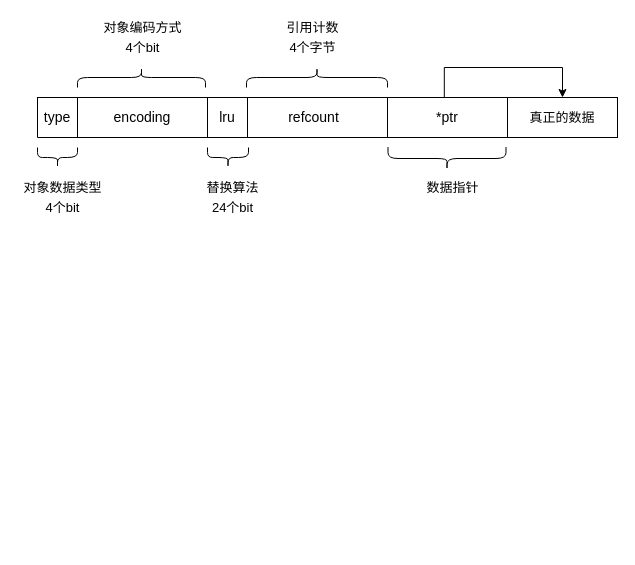
guitarock/my-pics keeps this draw.io diagram as drawio/redisObject数据结构.drawio. Above is the earlier version. Source tidied: cells renumbered, new cells numbered last; positions are measured from the earlier drawing's top-left corner, leaving out a move shared by most shapes. Both pictures are drawn from the tidied source at 100%, with x=0, y=0 at pixel (17, 17).
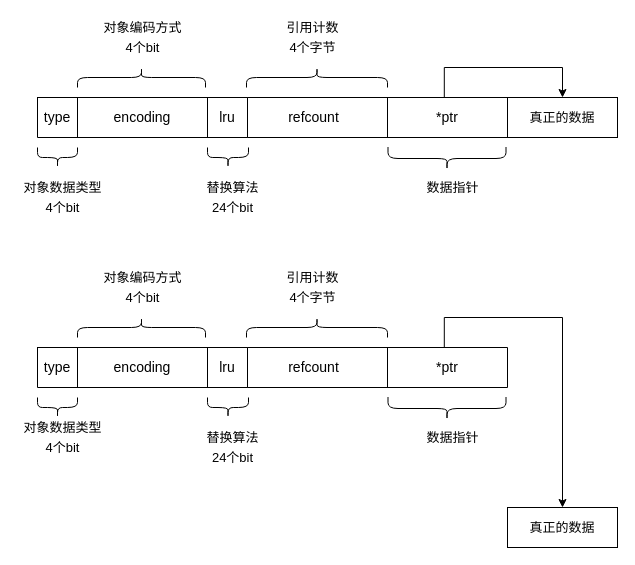
The same page after the edit.

Commit message:
完成redisObject数据结构画像.drawio

Change to the diagram source:
```diff
@@
+    <mxCell id="22" style="group;" parent="1" vertex="1">
+      <mxGeometry y="160" width="90" height="40" as="geometry" />
+    </mxCell>
+    <mxCell id="23" value="&lt;font style=&quot;font-size: 13px&quot;&gt;对象数据类型&lt;/font&gt;" style="text;html=1;align=center;verticalAlign=middle;fillColor=none;strokeColor=none;rounded=0;fontSize=14;" parent="22" vertex="1">
+      <mxGeometry width="90" height="20" as="geometry" />
+    </mxCell>
+    <mxCell id="24" value="&lt;font style=&quot;font-size: 13px&quot;&gt;4个bit&lt;/font&gt;" style="text;html=1;align=center;verticalAlign=middle;fillColor=none;strokeColor=none;rounded=0;fontSize=14;" parent="22" vertex="1">
+      <mxGeometry x="20" y="20" width="50" height="20" as="geometry" />
+    </mxCell>
+    <mxCell id="34" style="group;" parent="1" vertex="1">
+      <mxGeometry x="20" width="580" height="200" as="geometry" />
+    </mxCell>
-    <mxCell id="2" style="group;" parent="1" vertex="1">
-      <mxGeometry x="20" y="50" width="470" height="100" as="geometry" />
+    <mxCell id="2" style="group;" parent="34" vertex="1">
+      <mxGeometry y="50" width="470" height="100" as="geometry" />
     </mxCell>
@@
-    <mxCell id="19" style="group;" parent="1" vertex="1">
-      <mxGeometry x="80" width="90" height="40" as="geometry" />
+    <mxCell id="19" style="group;" parent="34" vertex="1">
+      <mxGeometry x="60" width="90" height="40" as="geometry" />
     </mxCell>
@@
-    <mxCell id="22" style="group;" parent="1" vertex="1">
-      <mxGeometry y="160" width="90" height="40" as="geometry" />
-    </mxCell>
-    <mxCell id="23" value="&lt;font style=&quot;font-size: 13px&quot;&gt;对象数据类型&lt;/font&gt;" style="text;html=1;align=center;verticalAlign=middle;fillColor=none;strokeColor=none;rounded=0;fontSize=14;" parent="22" vertex="1">
-      <mxGeometry width="90" height="20" as="geometry" />
-    </mxCell>
-    <mxCell id="24" value="&lt;font style=&quot;font-size: 13px&quot;&gt;4个bit&lt;/font&gt;" style="text;html=1;align=center;verticalAlign=middle;fillColor=none;strokeColor=none;rounded=0;fontSize=14;" parent="22" vertex="1">
-      <mxGeometry x="20" y="20" width="50" height="20" as="geometry" />
-    </mxCell>
-    <mxCell id="25" style="group;" parent="1" vertex="1">
-      <mxGeometry x="170" y="160" width="90" height="40" as="geometry" />
+    <mxCell id="25" style="group;" parent="34" vertex="1">
+      <mxGeometry x="150" y="160" width="90" height="40" as="geometry" />
     </mxCell>
@@
-    <mxCell id="28" style="group;" parent="1" vertex="1">
-      <mxGeometry x="250" width="91" height="40" as="geometry" />
+    <mxCell id="28" style="group;" parent="34" vertex="1">
+      <mxGeometry x="230" width="91" height="40" as="geometry" />
     </mxCell>
@@
-    <mxCell id="31" value="&lt;span style=&quot;font-size: 13px&quot;&gt;数据指针&lt;/span&gt;" style="text;html=1;align=center;verticalAlign=middle;fillColor=none;strokeColor=none;rounded=0;fontSize=14;" parent="1" vertex="1">
-      <mxGeometry x="400" y="160" width="70" height="20" as="geometry" />
+    <mxCell id="31" value="&lt;span style=&quot;font-size: 13px&quot;&gt;数据指针&lt;/span&gt;" style="text;html=1;align=center;verticalAlign=middle;fillColor=none;strokeColor=none;rounded=0;fontSize=14;" parent="34" vertex="1">
+      <mxGeometry x="380" y="160" width="70" height="20" as="geometry" />
     </mxCell>
-    <mxCell id="32" value="真正的数据" style="rounded=0;whiteSpace=wrap;html=1;fontSize=13;" parent="1" vertex="1">
-      <mxGeometry x="490" y="80" width="110" height="40" as="geometry" />
+    <mxCell id="32" value="真正的数据" style="rounded=0;whiteSpace=wrap;html=1;fontSize=13;" parent="34" vertex="1">
+      <mxGeometry x="470" y="80" width="110" height="40" as="geometry" />
     </mxCell>
-    <mxCell id="33" style="endArrow=classic;html=1;rounded=0;fontSize=13;edgeStyle=orthogonalEdgeStyle;exitX=0.842;exitY=-0.08;exitDx=0;exitDy=0;exitPerimeter=0;entryX=0.5;entryY=0;entryDx=0;entryDy=0;" parent="1" edge="1" target="32">
+    <mxCell id="33" style="endArrow=classic;html=1;rounded=0;fontSize=13;edgeStyle=orthogonalEdgeStyle;exitX=0.842;exitY=-0.08;exitDx=0;exitDy=0;exitPerimeter=0;entryX=0.5;entryY=0;entryDx=0;entryDy=0;" parent="34" edge="1" target="32">
       <mxGeometry relative="1" as="geometry">
-        <mxPoint x="426.8" y="80" as="sourcePoint" />
+        <mxPoint x="406.8" y="80" as="sourcePoint" />
         <Array as="points">
-          <mxPoint x="427" y="50" />
-          <mxPoint x="545" y="50" />
+          <mxPoint x="407" y="50" />
+          <mxPoint x="525" y="50" />
         </Array>
       </mxGeometry>
     </mxCell>
+    <mxCell id="35" style="group;" parent="1" vertex="1">
+      <mxGeometry x="20" y="250" width="580" height="200" as="geometry" />
+    </mxCell>
+    <mxCell id="36" style="group;" parent="35" vertex="1">
+      <mxGeometry y="50" width="470" height="100" as="geometry" />
+    </mxCell>
+    <mxCell id="37" style="group;" parent="36" vertex="1">
+      <mxGeometry y="30" width="470" height="40" as="geometry" />
+    </mxCell>
+    <mxCell id="38" style="shape=table;html=1;whiteSpace=wrap;startSize=0;childLayout=tableLayout;fontSize=14;" parent="37" vertex="1">
+      <mxGeometry x="70" width="400" height="40" as="geometry" />
+    </mxCell>
+    <mxCell id="39" style="shape=partialRectangle;html=1;whiteSpace=wrap;fillColor=none;top=0;left=0;bottom=0;right=0;fontSize=14;" parent="38" vertex="1">
+      <mxGeometry width="400" height="40" as="geometry" />
+    </mxCell>
+    <mxCell id="40" style="shape=partialRectangle;html=1;whiteSpace=wrap;fillColor=none;top=0;left=0;bottom=0;right=0;overflow=hidden;fontSize=14;" parent="39" vertex="1">
+      <mxGeometry width="133" height="40" as="geometry" />
+    </mxCell>
+    <mxCell id="41" value="refcount" style="shape=partialRectangle;html=1;whiteSpace=wrap;fillColor=none;top=0;left=0;bottom=0;right=0;overflow=hidden;fontSize=14;" parent="39" vertex="1">
+      <mxGeometry x="133" width="147" height="40" as="geometry" />
+    </mxCell>
+    <mxCell id="42" value="*ptr" style="shape=partialRectangle;html=1;whiteSpace=wrap;fillColor=none;top=0;left=0;bottom=0;right=0;overflow=hidden;fontSize=14;" parent="39" vertex="1">
+      <mxGeometry x="280" width="120" height="40" as="geometry" />
+    </mxCell>
+    <mxCell id="43" style="shape=table;html=1;whiteSpace=wrap;startSize=0;childLayout=tableLayout;fontSize=14;" parent="37" vertex="1">
+      <mxGeometry width="210" height="40" as="geometry" />
+    </mxCell>
+    <mxCell id="44" style="shape=partialRectangle;html=1;whiteSpace=wrap;fillColor=none;top=0;left=0;bottom=0;right=0;fontSize=14;" parent="43" vertex="1">
+      <mxGeometry width="210" height="40" as="geometry" />
+    </mxCell>
+    <mxCell id="45" value="type" style="shape=partialRectangle;html=1;whiteSpace=wrap;fillColor=none;top=0;left=0;bottom=0;right=0;overflow=hidden;fontSize=14;" parent="44" vertex="1">
+      <mxGeometry width="40" height="40" as="geometry" />
+    </mxCell>
+    <mxCell id="46" value="encoding" style="shape=partialRectangle;html=1;whiteSpace=wrap;fillColor=none;top=0;left=0;bottom=0;right=0;overflow=hidden;fontSize=14;" parent="44" vertex="1">
+      <mxGeometry x="40" width="130" height="40" as="geometry" />
+    </mxCell>
+    <mxCell id="47" value="lru" style="shape=partialRectangle;html=1;whiteSpace=wrap;fillColor=none;top=0;left=0;bottom=0;right=0;overflow=hidden;fontSize=14;" parent="44" vertex="1">
+      <mxGeometry x="170" width="40" height="40" as="geometry" />
+    </mxCell>
+    <mxCell id="48" style="shape=curlyBracket;whiteSpace=wrap;html=1;rounded=1;flipH=1;fontSize=14;direction=north;size=0.5;" parent="36" vertex="1">
+      <mxGeometry y="80" width="40" height="20" as="geometry" />
+    </mxCell>
+    <mxCell id="49" style="shape=curlyBracket;whiteSpace=wrap;html=1;rounded=1;flipH=1;fontSize=14;direction=south;" parent="36" vertex="1">
+      <mxGeometry x="40" width="128" height="20" as="geometry" />
+    </mxCell>
+    <mxCell id="50" style="shape=curlyBracket;whiteSpace=wrap;html=1;rounded=1;flipH=1;fontSize=14;direction=north;" parent="36" vertex="1">
+      <mxGeometry x="170" y="80" width="41" height="20" as="geometry" />
+    </mxCell>
+    <mxCell id="51" style="shape=curlyBracket;whiteSpace=wrap;html=1;rounded=1;flipH=1;fontSize=14;direction=south;" parent="36" vertex="1">
+      <mxGeometry x="209" width="141" height="20" as="geometry" />
+    </mxCell>
+    <mxCell id="52" style="shape=curlyBracket;whiteSpace=wrap;html=1;rounded=1;flipH=1;fontSize=14;direction=north;" parent="36" vertex="1">
+      <mxGeometry x="350.5" y="79.5" width="118" height="23" as="geometry" />
+    </mxCell>
+    <mxCell id="53" style="group;" parent="35" vertex="1">
+      <mxGeometry x="60" width="90" height="40" as="geometry" />
+    </mxCell>
+    <mxCell id="54" value="&lt;font style=&quot;font-size: 13px&quot;&gt;对象编码方式&lt;/font&gt;" style="text;html=1;align=center;verticalAlign=middle;fillColor=none;strokeColor=none;rounded=0;fontSize=14;" parent="53" vertex="1">
+      <mxGeometry width="90" height="20" as="geometry" />
+    </mxCell>
+    <mxCell id="55" value="&lt;font style=&quot;font-size: 13px&quot;&gt;4个bit&lt;/font&gt;" style="text;html=1;align=center;verticalAlign=middle;fillColor=none;strokeColor=none;rounded=0;fontSize=14;" parent="53" vertex="1">
+      <mxGeometry x="20" y="20" width="50" height="20" as="geometry" />
+    </mxCell>
+    <mxCell id="56" style="group;" parent="35" vertex="1">
+      <mxGeometry x="150" y="160" width="90" height="40" as="geometry" />
+    </mxCell>
+    <mxCell id="57" value="&lt;span style=&quot;font-size: 13px&quot;&gt;替换算法&lt;/span&gt;" style="text;html=1;align=center;verticalAlign=middle;fillColor=none;strokeColor=none;rounded=0;fontSize=14;" parent="56" vertex="1">
+      <mxGeometry x="10" width="70" height="20" as="geometry" />
+    </mxCell>
+    <mxCell id="58" value="&lt;font style=&quot;font-size: 13px&quot;&gt;24个bit&lt;/font&gt;" style="text;html=1;align=center;verticalAlign=middle;fillColor=none;strokeColor=none;rounded=0;fontSize=14;" parent="56" vertex="1">
+      <mxGeometry x="15" y="20" width="60" height="20" as="geometry" />
+    </mxCell>
+    <mxCell id="59" style="group;" parent="35" vertex="1">
+      <mxGeometry x="230" width="91" height="40" as="geometry" />
+    </mxCell>
+    <mxCell id="60" value="&lt;span style=&quot;font-size: 13px&quot;&gt;引用计数&lt;/span&gt;" style="text;html=1;align=center;verticalAlign=middle;fillColor=none;strokeColor=none;rounded=0;fontSize=14;" parent="59" vertex="1">
+      <mxGeometry x="10" width="70" height="20" as="geometry" />
+    </mxCell>
+    <mxCell id="61" value="&lt;font style=&quot;font-size: 13px&quot;&gt;4个字节&lt;/font&gt;" style="text;html=1;align=center;verticalAlign=middle;fillColor=none;strokeColor=none;rounded=0;fontSize=14;" parent="59" vertex="1">
+      <mxGeometry x="15" y="20" width="60" height="20" as="geometry" />
+    </mxCell>
+    <mxCell id="62" value="&lt;span style=&quot;font-size: 13px&quot;&gt;数据指针&lt;/span&gt;" style="text;html=1;align=center;verticalAlign=middle;fillColor=none;strokeColor=none;rounded=0;fontSize=14;" parent="35" vertex="1">
+      <mxGeometry x="380" y="160" width="70" height="20" as="geometry" />
+    </mxCell>
+    <mxCell id="63" style="endArrow=classic;html=1;rounded=0;fontSize=13;edgeStyle=orthogonalEdgeStyle;exitX=0.842;exitY=-0.08;exitDx=0;exitDy=0;exitPerimeter=0;entryX=0.5;entryY=0;entryDx=0;entryDy=0;" parent="35" edge="1" target="64">
+      <mxGeometry relative="1" as="geometry">
+        <mxPoint x="406.8" y="80" as="sourcePoint" />
+        <Array as="points">
+          <mxPoint x="407" y="50" />
+          <mxPoint x="525" y="50" />
+        </Array>
+      </mxGeometry>
+    </mxCell>
+    <mxCell id="64" value="真正的数据" style="rounded=0;whiteSpace=wrap;html=1;fontSize=13;" parent="1" vertex="1">
+      <mxGeometry x="490" y="490" width="110" height="40" as="geometry" />
+    </mxCell>
+    <mxCell id="65" style="group;" parent="1" vertex="1">
+      <mxGeometry y="400" width="90" height="40" as="geometry" />
+    </mxCell>
+    <mxCell id="66" value="&lt;font style=&quot;font-size: 13px&quot;&gt;对象数据类型&lt;/font&gt;" style="text;html=1;align=center;verticalAlign=middle;fillColor=none;strokeColor=none;rounded=0;fontSize=14;" parent="65" vertex="1">
+      <mxGeometry width="90" height="20" as="geometry" />
+    </mxCell>
+    <mxCell id="67" value="&lt;font style=&quot;font-size: 13px&quot;&gt;4个bit&lt;/font&gt;" style="text;html=1;align=center;verticalAlign=middle;fillColor=none;strokeColor=none;rounded=0;fontSize=14;" parent="65" vertex="1">
+      <mxGeometry x="20" y="20" width="50" height="20" as="geometry" />
+    </mxCell>
```
